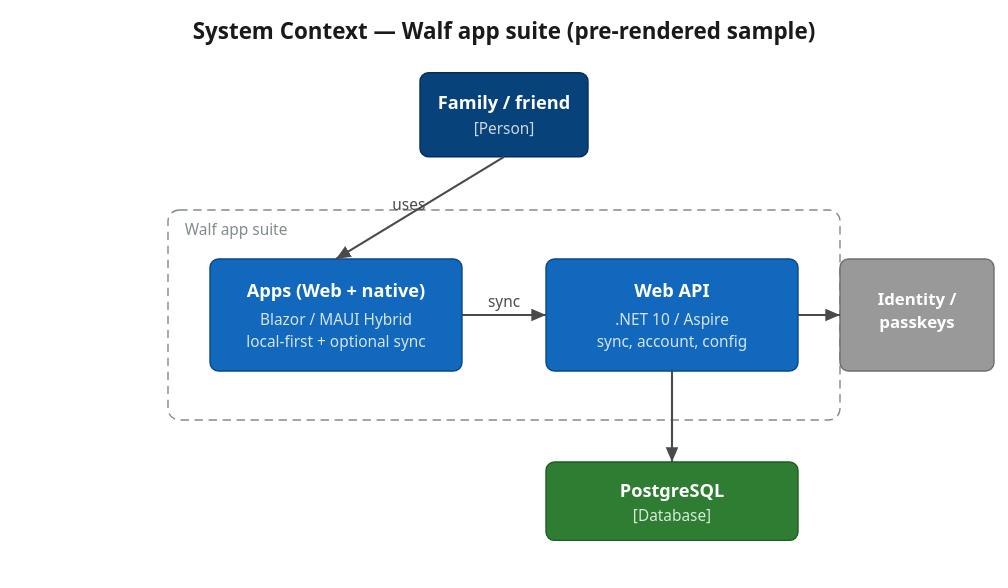
The PlantUML diagram docs/diagrams/exported/system-context.svg in CircleTools-ch/circletools-suite, before a commit. Its source is kept beside it as docs/diagrams/c4/system-context.puml.
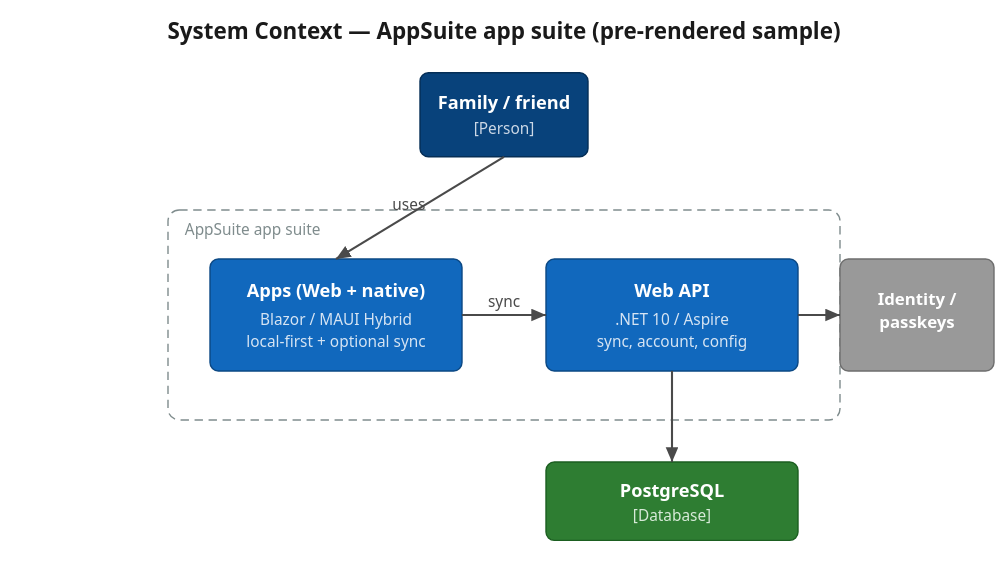
The same file after the commit.

The edit, as a diff of the source:
```diff
@@ -1,11 +1,11 @@
 @startuml system-context
 !include https://raw.githubusercontent.com/plantuml-stdlib/C4-PlantUML/master/C4_Context.puml
 
-title System Context — Walf app suite (Secret-Santa)
+title System Context — AppSuite app suite (Secret-Santa)
 
 Person(user, "Family / friends member", "Uses the apps on phone, tablet, or web")
 
-System_Boundary(suite, "Walf app suite") {
+System_Boundary(suite, "AppSuite app suite") {
   System(clients, "Apps (Web + native)", "Blazor / MAUI Blazor Hybrid; local-first with optional sync")
   System(api, "Web API", ".NET 10 / Aspire; sync, account, shared config")
 }
```
